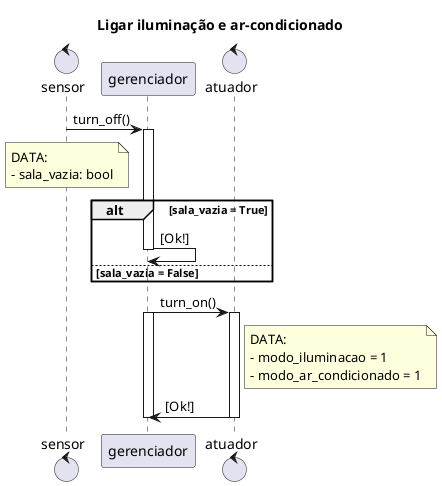
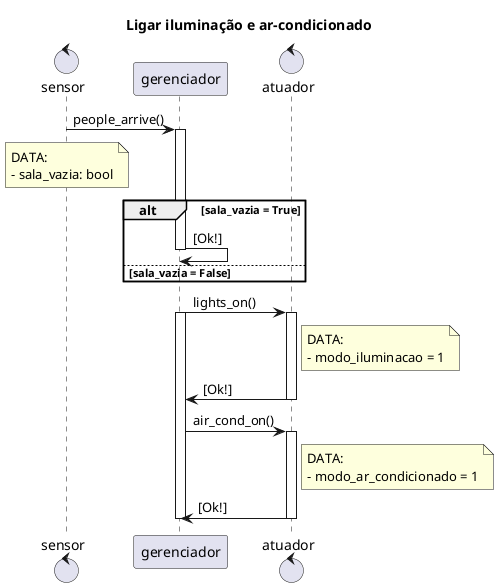
@startuml

title Ligar iluminação e ar-condicionado

control sensor
participant gerenciador
control atuador

- sensor -> gerenciador : turn_off()
+ sensor -> gerenciador : people_arrive()
activate gerenciador
note over of sensor
  DATA:
  - sala_vazia: bool
end note

alt sala_vazia = True
  gerenciador -> gerenciador : [Ok!]
  deactivate gerenciador

else sala_vazia = False
end

- gerenciador -> atuador : turn_on()
+ gerenciador -> atuador : lights_on()
activate gerenciador
activate atuador
note right of atuador
- DATA:
- - modo_iluminacao = 1
- - modo_ar_condicionado = 1
+   DATA:
+   - modo_iluminacao = 1
+ end note
+ 
+ gerenciador <- atuador : [Ok!]
+ deactivate atuador
+ 
+ gerenciador -> atuador : air_cond_on()
+ activate atuador
+ note right of atuador
+   DATA:
+   - modo_ar_condicionado = 1
end note

gerenciador <- atuador : [Ok!]
deactivate atuador
deactivate gerenciador

@enduml